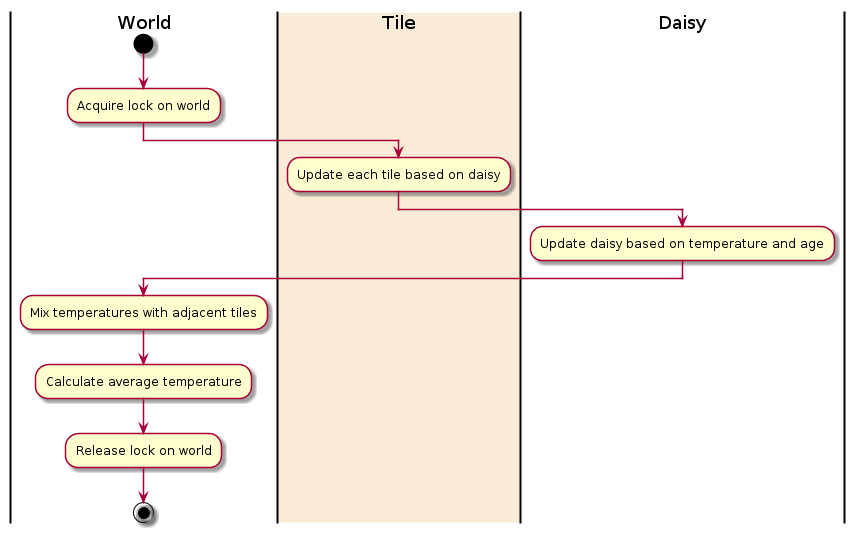
jh247247/FIT3036-Project keeps this PlantUML diagram as spec/updateWorld.png. Above is the earlier version.
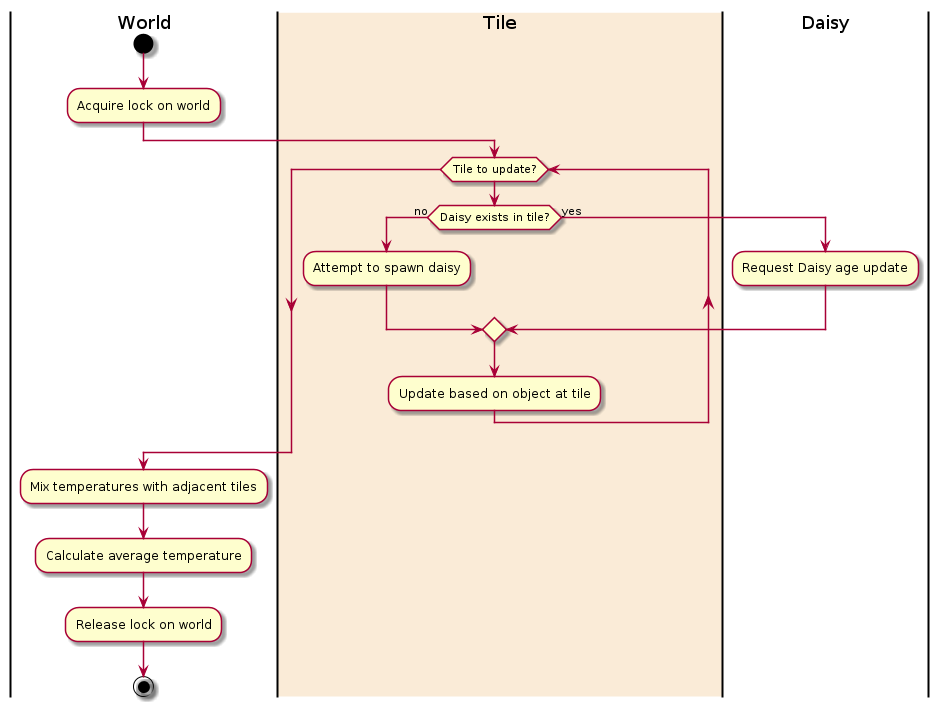
After the commit.

Change to the diagram source:
```diff
@@ -4,9 +4,16 @@
 
         :Acquire lock on world;
         |#AntiqueWhite|Tile|
-        :Update each tile based on daisy;
+        while (Tile to update?)
+        if (Daisy exists in tile?) then (no)
+        :Attempt to spawn daisy;
+        else (yes)
         |Daisy|
-        :Update daisy based on temperature and age;
+        :Request Daisy age update;
+        endif
+        |Tile|
+        :Update based on object at tile;
+        endwhile
         |World|
         :Mix temperatures with adjacent tiles;
         :Calculate average temperature;
```
